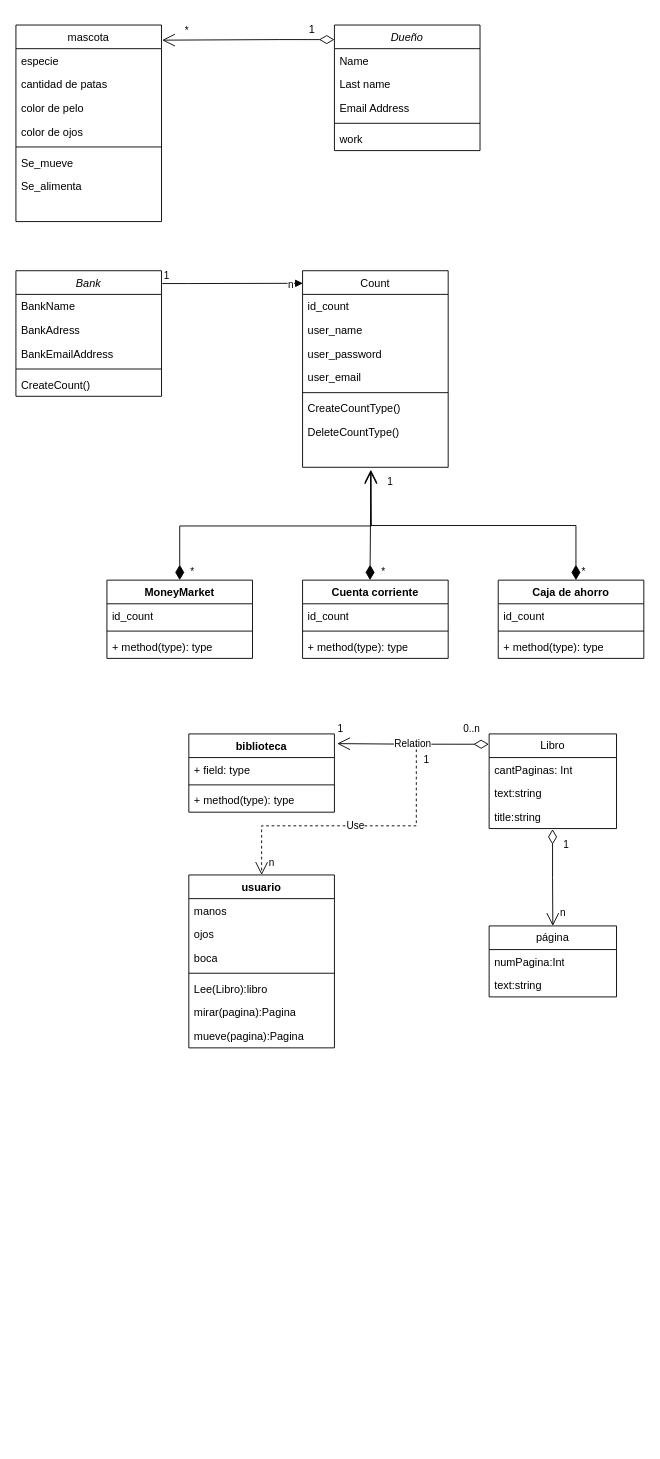
This is Diagrama de clases.drawio from JonathanUrquiza/DER, a draw.io file, before an edit. Source tidied: cells renumbered, new cells numbered last; positions are measured from the earlier drawing's top-left corner, leaving out a move shared by most shapes. Both pictures are drawn from the tidied source at 91%, with x=0, y=0 at pixel (15, 15).
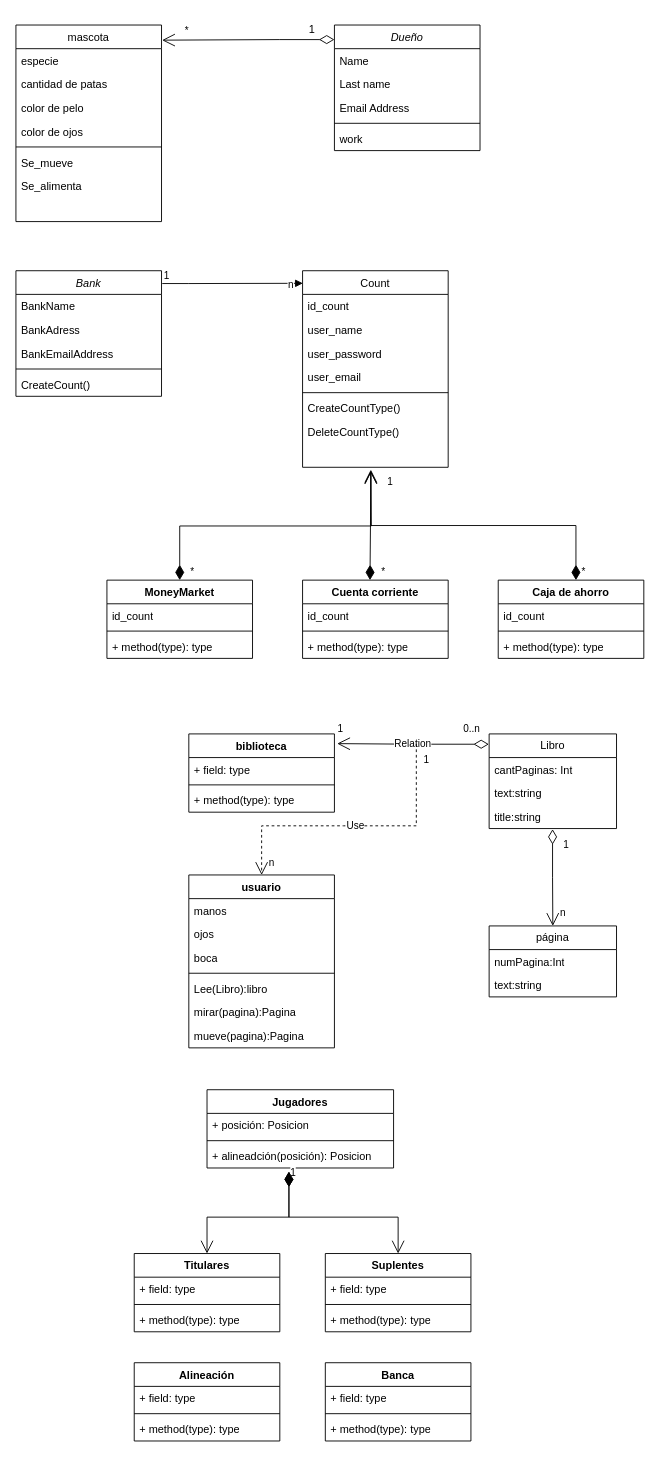
Above is the later version.

Diff of the diagram source:
```diff
@@
+    <mxCell id="78" value="Titulares" style="swimlane;fontStyle=1;align=center;verticalAlign=top;horizontal=1;startSize=26;whiteSpace=wrap;html=1;" parent="1" vertex="1">
+      <mxGeometry x="130" y="1360" width="160" height="86" as="geometry" />
+    </mxCell>
+    <mxCell id="79" value="+ field: type" style="text;strokeColor=none;fillColor=none;align=left;verticalAlign=top;spacingLeft=4;spacingRight=4;overflow=hidden;whiteSpace=wrap;html=1;" parent="78" vertex="1">
+      <mxGeometry y="26" width="160" height="26" as="geometry" />
+    </mxCell>
+    <mxCell id="80" style="line;strokeWidth=1;fillColor=none;align=left;verticalAlign=middle;spacingTop=-1;spacingLeft=3;spacingRight=3;labelPosition=right;strokeColor=inherit;" parent="78" vertex="1">
+      <mxGeometry y="52" width="160" height="8" as="geometry" />
+    </mxCell>
+    <mxCell id="81" value="+ method(type): type" style="text;strokeColor=none;fillColor=none;align=left;verticalAlign=top;spacingLeft=4;spacingRight=4;overflow=hidden;whiteSpace=wrap;html=1;" parent="78" vertex="1">
+      <mxGeometry y="60" width="160" height="26" as="geometry" />
+    </mxCell>
+    <mxCell id="82" value="Suplentes" style="swimlane;fontStyle=1;align=center;verticalAlign=top;horizontal=1;startSize=26;whiteSpace=wrap;html=1;" parent="1" vertex="1">
+      <mxGeometry x="340" y="1360" width="160" height="86" as="geometry" />
+    </mxCell>
+    <mxCell id="83" value="+ field: type" style="text;strokeColor=none;fillColor=none;align=left;verticalAlign=top;spacingLeft=4;spacingRight=4;overflow=hidden;whiteSpace=wrap;html=1;" parent="82" vertex="1">
+      <mxGeometry y="26" width="160" height="26" as="geometry" />
+    </mxCell>
+    <mxCell id="84" style="line;strokeWidth=1;fillColor=none;align=left;verticalAlign=middle;spacingTop=-1;spacingLeft=3;spacingRight=3;labelPosition=right;strokeColor=inherit;" parent="82" vertex="1">
+      <mxGeometry y="52" width="160" height="8" as="geometry" />
+    </mxCell>
+    <mxCell id="85" value="+ method(type): type" style="text;strokeColor=none;fillColor=none;align=left;verticalAlign=top;spacingLeft=4;spacingRight=4;overflow=hidden;whiteSpace=wrap;html=1;" parent="82" vertex="1">
+      <mxGeometry y="60" width="160" height="26" as="geometry" />
+    </mxCell>
+    <mxCell id="86" value="Jugadores" style="swimlane;fontStyle=1;align=center;verticalAlign=top;horizontal=1;startSize=26;whiteSpace=wrap;html=1;" parent="1" vertex="1">
+      <mxGeometry x="210" y="1180" width="205" height="86" as="geometry" />
+    </mxCell>
+    <mxCell id="87" value="+ posición: Posicion" style="text;strokeColor=none;fillColor=none;align=left;verticalAlign=top;spacingLeft=4;spacingRight=4;overflow=hidden;whiteSpace=wrap;html=1;" parent="86" vertex="1">
+      <mxGeometry y="26" width="205" height="26" as="geometry" />
+    </mxCell>
+    <mxCell id="88" style="line;strokeWidth=1;fillColor=none;align=left;verticalAlign=middle;spacingTop=-1;spacingLeft=3;spacingRight=3;labelPosition=right;strokeColor=inherit;" parent="86" vertex="1">
+      <mxGeometry y="52" width="205" height="8" as="geometry" />
+    </mxCell>
+    <mxCell id="89" value="+ alineadción(posición): Posicion" style="text;strokeColor=none;fillColor=none;align=left;verticalAlign=top;spacingLeft=4;spacingRight=4;overflow=hidden;whiteSpace=wrap;html=1;" parent="86" vertex="1">
+      <mxGeometry y="60" width="205" height="26" as="geometry" />
+    </mxCell>
+    <mxCell id="90" value="1" style="endArrow=open;html=1;endSize=12;startArrow=diamondThin;startSize=14;startFill=1;edgeStyle=orthogonalEdgeStyle;align=left;verticalAlign=bottom;rounded=0;entryX=0.5;entryY=0;entryDx=0;entryDy=0;" parent="1" edge="1" target="78">
+      <mxGeometry x="-0.89" relative="1" as="geometry">
+        <mxPoint x="300" y="1270" as="sourcePoint" />
+        <Array as="points">
+          <mxPoint x="300" y="1320" />
+          <mxPoint x="210" y="1320" />
+        </Array>
+      </mxGeometry>
+    </mxCell>
+    <mxCell id="91" style="endArrow=open;html=1;endSize=12;startArrow=diamondThin;startSize=14;startFill=1;edgeStyle=orthogonalEdgeStyle;align=left;verticalAlign=bottom;rounded=0;entryX=0.5;entryY=0;entryDx=0;entryDy=0;" parent="1" edge="1" target="82">
+      <mxGeometry x="0.14" y="30" relative="1" as="geometry">
+        <mxPoint x="300" y="1270" as="sourcePoint" />
+        <Array as="points">
+          <mxPoint x="300" y="1320" />
+          <mxPoint x="420" y="1320" />
+        </Array>
+      </mxGeometry>
+    </mxCell>
+    <mxCell id="92" value="Alineación" style="swimlane;fontStyle=1;align=center;verticalAlign=top;horizontal=1;startSize=26;whiteSpace=wrap;html=1;" parent="1" vertex="1">
+      <mxGeometry x="130" y="1480" width="160" height="86" as="geometry" />
+    </mxCell>
+    <mxCell id="93" value="+ field: type" style="text;strokeColor=none;fillColor=none;align=left;verticalAlign=top;spacingLeft=4;spacingRight=4;overflow=hidden;whiteSpace=wrap;html=1;" parent="92" vertex="1">
+      <mxGeometry y="26" width="160" height="26" as="geometry" />
+    </mxCell>
+    <mxCell id="94" style="line;strokeWidth=1;fillColor=none;align=left;verticalAlign=middle;spacingTop=-1;spacingLeft=3;spacingRight=3;labelPosition=right;strokeColor=inherit;" parent="92" vertex="1">
+      <mxGeometry y="52" width="160" height="8" as="geometry" />
+    </mxCell>
+    <mxCell id="95" value="+ method(type): type" style="text;strokeColor=none;fillColor=none;align=left;verticalAlign=top;spacingLeft=4;spacingRight=4;overflow=hidden;whiteSpace=wrap;html=1;" parent="92" vertex="1">
+      <mxGeometry y="60" width="160" height="26" as="geometry" />
+    </mxCell>
+    <mxCell id="96" value="Banca" style="swimlane;fontStyle=1;align=center;verticalAlign=top;horizontal=1;startSize=26;whiteSpace=wrap;html=1;" parent="1" vertex="1">
+      <mxGeometry x="340" y="1480" width="160" height="86" as="geometry" />
+    </mxCell>
+    <mxCell id="97" value="+ field: type" style="text;strokeColor=none;fillColor=none;align=left;verticalAlign=top;spacingLeft=4;spacingRight=4;overflow=hidden;whiteSpace=wrap;html=1;" parent="96" vertex="1">
+      <mxGeometry y="26" width="160" height="26" as="geometry" />
+    </mxCell>
+    <mxCell id="98" style="line;strokeWidth=1;fillColor=none;align=left;verticalAlign=middle;spacingTop=-1;spacingLeft=3;spacingRight=3;labelPosition=right;strokeColor=inherit;" parent="96" vertex="1">
+      <mxGeometry y="52" width="160" height="8" as="geometry" />
+    </mxCell>
+    <mxCell id="99" value="+ method(type): type" style="text;strokeColor=none;fillColor=none;align=left;verticalAlign=top;spacingLeft=4;spacingRight=4;overflow=hidden;whiteSpace=wrap;html=1;" parent="96" vertex="1">
+      <mxGeometry y="60" width="160" height="26" as="geometry" />
+    </mxCell>
```
